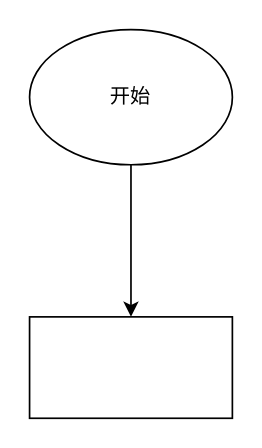
This is page "协议签署" (3 of 3) of Untitled Diagram.drawio from fengyong7723131/work, a draw.io file, before an edit. Source tidied: cells renumbered, new cells numbered last; positions are measured from the earlier drawing's top-left corner, leaving out a move shared by most shapes. Both pictures are drawn from the tidied source at 169%, with x=0, y=0 at pixel (29, 29).
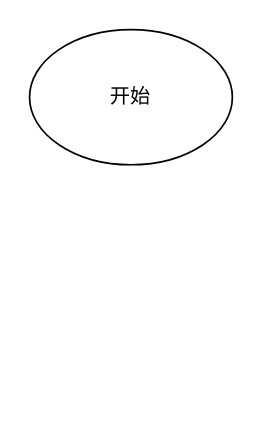
After the change.

What changed in the source:
```diff
@@
 <mxGraphModel>
   <root>
     <mxCell id="0" />
     <mxCell id="1" parent="0" />
-    <mxCell id="2" style="edgeStyle=orthogonalEdgeStyle;rounded=0;jettySize=auto;html=1;" parent="1" edge="1" source="3" target="4">
-      <mxGeometry relative="1" as="geometry" />
-    </mxCell>
     <mxCell id="3" value="开始" style="ellipse;whiteSpace=wrap;html=1;" parent="1" vertex="1">
       <mxGeometry width="120" height="80" as="geometry" />
     </mxCell>
-    <mxCell id="4" style="whiteSpace=wrap;html=1;" parent="1" vertex="1">
-      <mxGeometry y="170" width="120" height="60" as="geometry" />
-    </mxCell>
   </root>
 </mxGraphModel>
```
